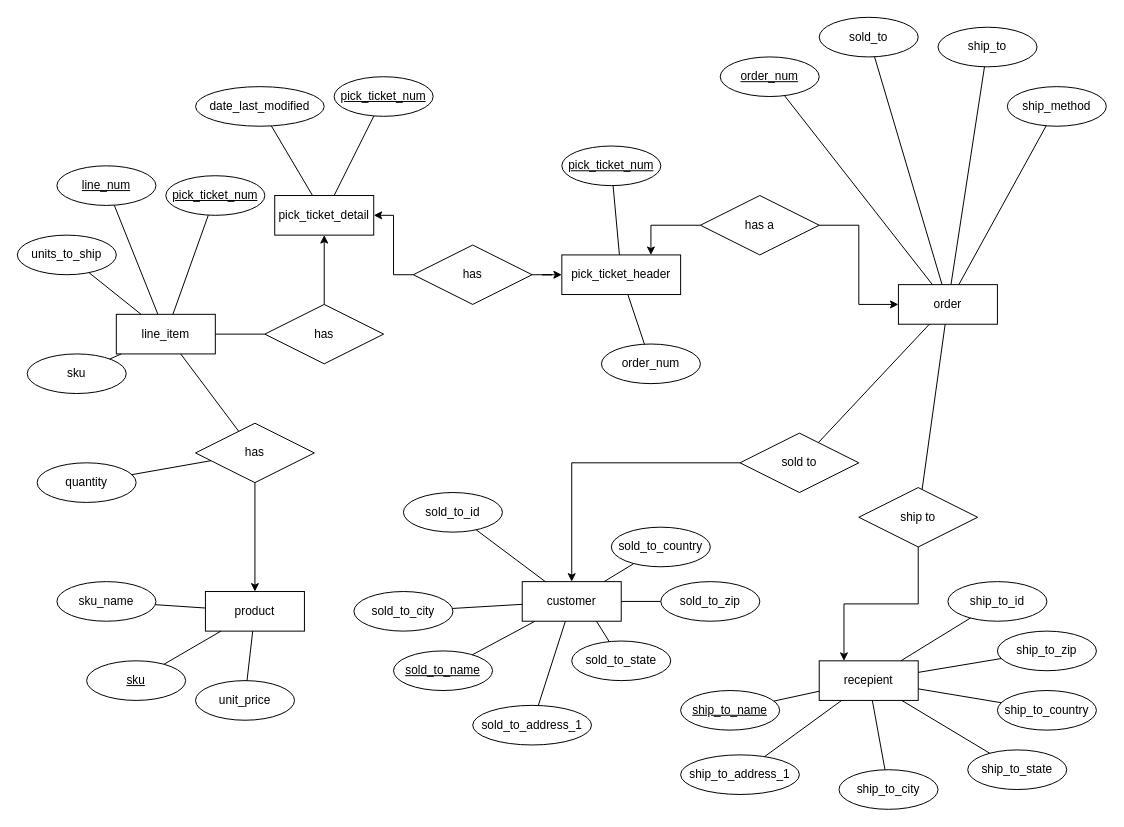
The draw.io diagram db/WSI Schema.drawio in golfdiscount/golfdiscount-intranet, before the edit. Source tidied: cells renumbered, new cells numbered last; positions are measured from the earlier drawing's top-left corner, leaving out a move shared by most shapes. Both pictures are drawn from the tidied source at 99%, with x=0, y=0 at pixel (17, 17).
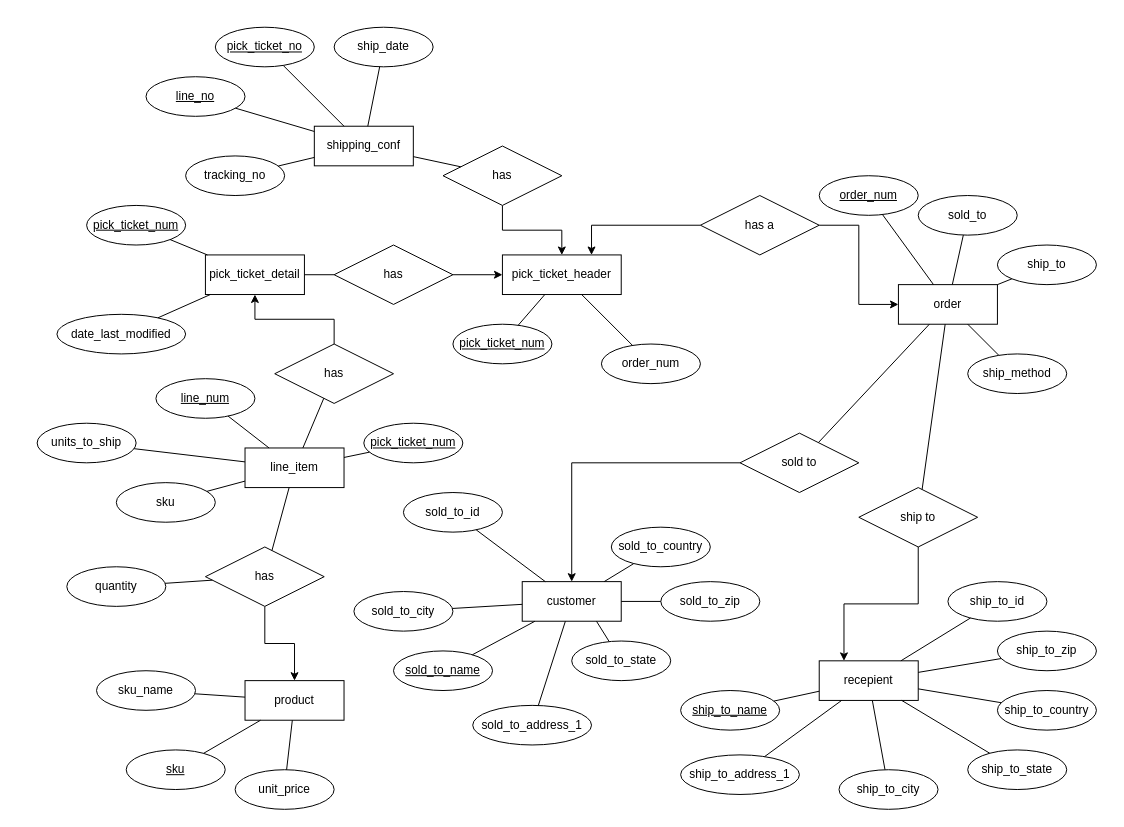
The same page after the edit.

Commit message (it also covers changes not shown here):
Added shipping information and cacading deletes and updates

The edit, as a diff of the source:
```diff
@@
     <mxCell id="2" value="product" style="whiteSpace=wrap;html=1;align=center;" parent="1" vertex="1">
-      <mxGeometry x="190" y="580" width="100" height="40" as="geometry" />
+      <mxGeometry x="230" y="670" width="100" height="40" as="geometry" />
     </mxCell>
     <mxCell id="3" value="sku" style="ellipse;whiteSpace=wrap;html=1;align=center;fontStyle=4;" parent="1" vertex="1">
-      <mxGeometry x="70" y="650" width="100" height="40" as="geometry" />
+      <mxGeometry x="110" y="740" width="100" height="40" as="geometry" />
     </mxCell>
     <mxCell id="4" value="sku_name" style="ellipse;whiteSpace=wrap;html=1;align=center;" parent="1" vertex="1">
-      <mxGeometry x="40" y="570" width="100" height="40" as="geometry" />
+      <mxGeometry x="80" y="660" width="100" height="40" as="geometry" />
     </mxCell>
     <mxCell id="5" value="unit_price" style="ellipse;whiteSpace=wrap;html=1;align=center;" parent="1" vertex="1">
-      <mxGeometry x="180" y="670" width="100" height="40" as="geometry" />
+      <mxGeometry x="220" y="760" width="100" height="40" as="geometry" />
     </mxCell>
@@
     <mxCell id="9" value="pick_ticket_detail" style="whiteSpace=wrap;html=1;align=center;" parent="1" vertex="1">
-      <mxGeometry x="260" y="180" width="100" height="40" as="geometry" />
+      <mxGeometry x="190" y="240" width="100" height="40" as="geometry" />
     </mxCell>
     <mxCell id="10" value="&lt;u&gt;pick_ticket_num&lt;/u&gt;" style="ellipse;whiteSpace=wrap;html=1;align=center;" parent="1" vertex="1">
-      <mxGeometry x="320" y="60" width="100" height="40" as="geometry" />
+      <mxGeometry x="70" y="190" width="100" height="40" as="geometry" />
     </mxCell>
     <mxCell id="11" value="date_last_modified" style="ellipse;whiteSpace=wrap;html=1;align=center;" parent="1" vertex="1">
-      <mxGeometry x="180" y="70" width="130" height="40" as="geometry" />
+      <mxGeometry x="40" y="300" width="130" height="40" as="geometry" />
     </mxCell>
     <mxCell id="12" value="line_item" style="whiteSpace=wrap;html=1;align=center;" parent="1" vertex="1">
-      <mxGeometry x="100" y="300" width="100" height="40" as="geometry" />
+      <mxGeometry x="230" y="435" width="100" height="40" as="geometry" />
     </mxCell>
@@
     <mxCell id="15" value="&lt;u&gt;line_num&lt;/u&gt;" style="ellipse;whiteSpace=wrap;html=1;align=center;" parent="1" vertex="1">
-      <mxGeometry x="40" y="150" width="100" height="40" as="geometry" />
+      <mxGeometry x="140" y="365" width="100" height="40" as="geometry" />
     </mxCell>
     <mxCell id="16" value="&lt;u&gt;pick_ticket_num&lt;/u&gt;" style="ellipse;whiteSpace=wrap;html=1;align=center;" parent="1" vertex="1">
-      <mxGeometry x="150" y="160" width="100" height="40" as="geometry" />
+      <mxGeometry x="350" y="410" width="100" height="40" as="geometry" />
     </mxCell>
     <mxCell id="17" value="sku" style="ellipse;whiteSpace=wrap;html=1;align=center;" parent="1" vertex="1">
-      <mxGeometry x="10" y="340" width="100" height="40" as="geometry" />
+      <mxGeometry x="100" y="470" width="100" height="40" as="geometry" />
     </mxCell>
     <mxCell id="18" value="units_to_ship" style="ellipse;whiteSpace=wrap;html=1;align=center;" parent="1" vertex="1">
-      <mxGeometry y="220" width="100" height="40" as="geometry" />
+      <mxGeometry x="20" y="410" width="100" height="40" as="geometry" />
     </mxCell>
@@
     <mxCell id="24" value="has" style="shape=rhombus;perimeter=rhombusPerimeter;whiteSpace=wrap;html=1;align=center;" parent="1" vertex="1">
-      <mxGeometry x="250" y="290" width="120" height="60" as="geometry" />
+      <mxGeometry x="260" y="330" width="120" height="60" as="geometry" />
     </mxCell>
@@
     <mxCell id="26" value="has" style="shape=rhombus;perimeter=rhombusPerimeter;whiteSpace=wrap;html=1;align=center;" parent="1" vertex="1">
-      <mxGeometry x="180" y="410" width="120" height="60" as="geometry" />
+      <mxGeometry x="190" y="535" width="120" height="60" as="geometry" />
     </mxCell>
@@
     <mxCell id="28" value="quantity" style="ellipse;whiteSpace=wrap;html=1;align=center;" parent="1" vertex="1">
-      <mxGeometry x="20" y="450" width="100" height="40" as="geometry" />
+      <mxGeometry x="50" y="555" width="100" height="40" as="geometry" />
     </mxCell>
@@
     <mxCell id="30" value="pick_ticket_header" style="whiteSpace=wrap;html=1;align=center;" parent="1" vertex="1">
-      <mxGeometry x="550" y="240" width="120" height="40" as="geometry" />
+      <mxGeometry x="490" y="240" width="120" height="40" as="geometry" />
     </mxCell>
     <mxCell id="31" value="&lt;u&gt;pick_ticket_num&lt;/u&gt;" style="ellipse;whiteSpace=wrap;html=1;align=center;" parent="1" vertex="1">
-      <mxGeometry x="550" y="130" width="100" height="40" as="geometry" />
+      <mxGeometry x="440" y="310" width="100" height="40" as="geometry" />
     </mxCell>
@@
     <mxCell id="36" value="order_num" style="ellipse;whiteSpace=wrap;html=1;align=center;fontStyle=4;" parent="1" vertex="1">
-      <mxGeometry x="710" y="40" width="100" height="40" as="geometry" />
+      <mxGeometry x="810" y="160" width="100" height="40" as="geometry" />
     </mxCell>
@@
     <mxCell id="38" value="sold_to" style="ellipse;whiteSpace=wrap;html=1;align=center;" parent="1" vertex="1">
-      <mxGeometry x="810" width="100" height="40" as="geometry" />
+      <mxGeometry x="910" y="180" width="100" height="40" as="geometry" />
     </mxCell>
     <mxCell id="39" value="ship_to" style="ellipse;whiteSpace=wrap;html=1;align=center;" parent="1" vertex="1">
-      <mxGeometry x="930" y="10" width="100" height="40" as="geometry" />
+      <mxGeometry x="990" y="230" width="100" height="40" as="geometry" />
     </mxCell>
     <mxCell id="40" value="ship_method" style="ellipse;whiteSpace=wrap;html=1;align=center;" parent="1" vertex="1">
-      <mxGeometry x="1000" y="70" width="100" height="40" as="geometry" />
+      <mxGeometry x="960" y="340" width="100" height="40" as="geometry" />
     </mxCell>
@@
-    <mxCell id="83" style="edgeStyle=orthogonalEdgeStyle;rounded=0;jettySize=auto;html=1;entryX=1;entryY=0.5;entryDx=0;entryDy=0;" parent="1" edge="1" source="85" target="9">
-      <mxGeometry relative="1" as="geometry" />
-    </mxCell>
@@
     <mxCell id="85" value="has" style="shape=rhombus;perimeter=rhombusPerimeter;whiteSpace=wrap;html=1;align=center;" parent="1" vertex="1">
-      <mxGeometry x="400" y="230" width="120" height="60" as="geometry" />
+      <mxGeometry x="320" y="230" width="120" height="60" as="geometry" />
     </mxCell>
@@
+    <mxCell id="87" style="endArrow=none;html=1;rounded=0;" parent="1" edge="1" source="9" target="85">
+      <mxGeometry relative="1" as="geometry" />
+    </mxCell>
+    <mxCell id="88" value="shipping_conf" style="whiteSpace=wrap;html=1;align=center;" parent="1" vertex="1">
+      <mxGeometry x="300" y="110" width="100" height="40" as="geometry" />
+    </mxCell>
+    <mxCell id="89" value="pick_ticket_no" style="ellipse;whiteSpace=wrap;html=1;align=center;fontStyle=4;" parent="1" vertex="1">
+      <mxGeometry x="200" y="10" width="100" height="40" as="geometry" />
+    </mxCell>
+    <mxCell id="90" value="ship_date" style="ellipse;whiteSpace=wrap;html=1;align=center;" parent="1" vertex="1">
+      <mxGeometry x="320" y="10" width="100" height="40" as="geometry" />
+    </mxCell>
+    <mxCell id="91" value="line_no" style="ellipse;whiteSpace=wrap;html=1;align=center;fontStyle=4;" parent="1" vertex="1">
+      <mxGeometry x="130" y="60" width="100" height="40" as="geometry" />
+    </mxCell>
+    <mxCell id="92" value="tracking_no" style="ellipse;whiteSpace=wrap;html=1;align=center;" parent="1" vertex="1">
+      <mxGeometry x="170" y="140" width="100" height="40" as="geometry" />
+    </mxCell>
+    <mxCell id="93" style="endArrow=none;html=1;rounded=0;" parent="1" edge="1" source="92" target="88">
+      <mxGeometry relative="1" as="geometry" />
+    </mxCell>
+    <mxCell id="94" style="endArrow=none;html=1;rounded=0;" parent="1" edge="1" source="91" target="88">
+      <mxGeometry relative="1" as="geometry" />
+    </mxCell>
+    <mxCell id="95" style="endArrow=none;html=1;rounded=0;" parent="1" edge="1" source="89" target="88">
+      <mxGeometry relative="1" as="geometry" />
+    </mxCell>
+    <mxCell id="96" style="endArrow=none;html=1;rounded=0;" parent="1" edge="1" source="88" target="90">
+      <mxGeometry relative="1" as="geometry" />
+    </mxCell>
+    <mxCell id="97" style="edgeStyle=orthogonalEdgeStyle;rounded=0;jettySize=auto;html=1;" parent="1" edge="1" source="98" target="30">
+      <mxGeometry relative="1" as="geometry" />
+    </mxCell>
+    <mxCell id="98" value="has" style="shape=rhombus;perimeter=rhombusPerimeter;whiteSpace=wrap;html=1;align=center;direction=west;" parent="1" vertex="1">
+      <mxGeometry x="430" y="130" width="120" height="60" as="geometry" />
+    </mxCell>
+    <mxCell id="99" style="endArrow=none;html=1;rounded=0;" parent="1" edge="1" source="88" target="98">
+      <mxGeometry relative="1" as="geometry" />
+    </mxCell>
```
